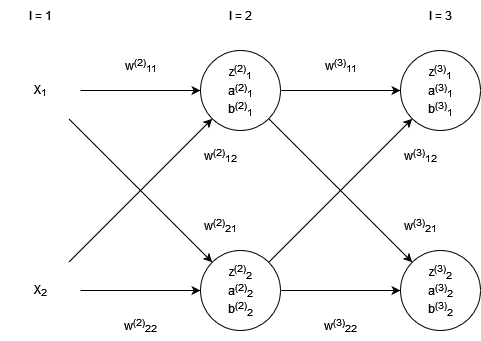
Before: docs/net.png, a diagram exported from draw.io (Yachim/no-code-ml). Source tidied: cells renumbered, new cells last; positions are measured from the earlier drawing's top-left corner, leaving out a move shared by most shapes. The source it was exported from:
```xml
<mxGraphModel background="#ffffff">
  <root>
    <mxCell id="0" />
    <mxCell id="1" parent="0" />
    <mxCell id="2" style="edgeStyle=none;rounded=0;jettySize=auto;html=1;" parent="1" edge="1" source="4" target="13">
      <mxGeometry relative="1" as="geometry" />
    </mxCell>
    <mxCell id="3" style="edgeStyle=none;rounded=0;jettySize=auto;html=1;entryX=0;entryY=0.5;entryDx=0;entryDy=0;" parent="1" edge="1" source="4" target="10">
      <mxGeometry relative="1" as="geometry" />
    </mxCell>
    <mxCell id="4" value="X&lt;sub&gt;1&lt;/sub&gt;" style="ellipse;whiteSpace=wrap;html=1;fillColor=none;strokeColor=none;" parent="1" vertex="1">
      <mxGeometry y="50" width="80" height="80" as="geometry" />
    </mxCell>
    <mxCell id="5" style="edgeStyle=none;rounded=0;jettySize=auto;html=1;entryX=0;entryY=0.5;entryDx=0;entryDy=0;" parent="1" edge="1" source="7" target="13">
      <mxGeometry relative="1" as="geometry" />
    </mxCell>
    <mxCell id="6" style="edgeStyle=none;rounded=0;jettySize=auto;html=1;exitX=1;exitY=0;exitDx=0;exitDy=0;" parent="1" edge="1" source="7" target="10">
      <mxGeometry relative="1" as="geometry" />
    </mxCell>
    <mxCell id="7" value="X&lt;sub&gt;2&lt;/sub&gt;" style="ellipse;whiteSpace=wrap;html=1;strokeColor=none;fillColor=none;" parent="1" vertex="1">
      <mxGeometry y="250" width="80" height="80" as="geometry" />
    </mxCell>
    <mxCell id="8" style="edgeStyle=none;rounded=0;jettySize=auto;html=1;" parent="1" edge="1" source="10" target="15">
      <mxGeometry relative="1" as="geometry" />
    </mxCell>
    <mxCell id="9" style="edgeStyle=none;rounded=0;jettySize=auto;html=1;exitX=1;exitY=0.5;exitDx=0;exitDy=0;entryX=0;entryY=0.5;entryDx=0;entryDy=0;" parent="1" edge="1" source="10" target="14">
      <mxGeometry relative="1" as="geometry" />
    </mxCell>
    <mxCell id="10" value="&lt;div&gt;z&lt;sup&gt;(2)&lt;/sup&gt;&lt;sub&gt;1&lt;/sub&gt;&lt;/div&gt;&lt;div&gt;&lt;div&gt;a&lt;sup&gt;(2)&lt;/sup&gt;&lt;sub&gt;1&lt;/sub&gt;&lt;/div&gt;&lt;div&gt;&lt;div&gt;b&lt;sup&gt;(2)&lt;/sup&gt;&lt;sub&gt;1&lt;/sub&gt;&lt;/div&gt;&lt;/div&gt;&lt;/div&gt;" style="ellipse;whiteSpace=wrap;html=1;" parent="1" vertex="1">
      <mxGeometry x="200" y="50" width="80" height="80" as="geometry" />
    </mxCell>
    <mxCell id="11" style="edgeStyle=none;rounded=0;jettySize=auto;html=1;entryX=0;entryY=0.5;entryDx=0;entryDy=0;" parent="1" edge="1" source="13" target="15">
      <mxGeometry relative="1" as="geometry" />
    </mxCell>
    <mxCell id="12" style="edgeStyle=none;rounded=0;jettySize=auto;html=1;exitX=1;exitY=0;exitDx=0;exitDy=0;" parent="1" edge="1" source="13" target="14">
      <mxGeometry relative="1" as="geometry" />
    </mxCell>
    <mxCell id="13" value="&lt;div&gt;z&lt;sup&gt;(2)&lt;/sup&gt;&lt;sub&gt;2&lt;/sub&gt;&lt;/div&gt;&lt;div&gt;&lt;div&gt;a&lt;sup&gt;(2)&lt;/sup&gt;&lt;sub&gt;2&lt;/sub&gt;&lt;/div&gt;&lt;div&gt;&lt;div&gt;b&lt;sup&gt;(2)&lt;/sup&gt;&lt;sub&gt;2&lt;/sub&gt;&lt;/div&gt;&lt;/div&gt;&lt;/div&gt;" style="ellipse;whiteSpace=wrap;html=1;" parent="1" vertex="1">
      <mxGeometry x="200" y="250" width="80" height="80" as="geometry" />
    </mxCell>
    <mxCell id="14" value="&lt;div&gt;z&lt;sup&gt;(3)&lt;/sup&gt;&lt;sub&gt;1&lt;/sub&gt;&lt;/div&gt;&lt;div&gt;&lt;div&gt;a&lt;sup&gt;(3)&lt;/sup&gt;&lt;sub&gt;1&lt;/sub&gt;&lt;/div&gt;&lt;div&gt;&lt;div&gt;b&lt;sup&gt;(3)&lt;/sup&gt;&lt;sub&gt;1&lt;/sub&gt;&lt;/div&gt;&lt;/div&gt;&lt;/div&gt;" style="ellipse;whiteSpace=wrap;html=1;" parent="1" vertex="1">
      <mxGeometry x="400" y="50" width="80" height="80" as="geometry" />
    </mxCell>
    <mxCell id="15" value="&lt;div&gt;z&lt;sup&gt;(3)&lt;/sup&gt;&lt;sub&gt;2&lt;/sub&gt;&lt;/div&gt;&lt;div&gt;&lt;div&gt;a&lt;sup&gt;(3)&lt;/sup&gt;&lt;sub&gt;2&lt;/sub&gt;&lt;/div&gt;&lt;div&gt;&lt;div&gt;b&lt;sup&gt;(3)&lt;/sup&gt;&lt;sub&gt;2&lt;/sub&gt;&lt;/div&gt;&lt;/div&gt;&lt;/div&gt;" style="ellipse;whiteSpace=wrap;html=1;" parent="1" vertex="1">
      <mxGeometry x="400" y="250" width="80" height="80" as="geometry" />
    </mxCell>
    <mxCell id="16" value="&lt;div&gt;l = 1&lt;/div&gt;" style="text;html=1;align=center;verticalAlign=middle;strokeColor=none;fillColor=none;" parent="1" vertex="1">
      <mxGeometry x="15" width="50" height="30" as="geometry" />
    </mxCell>
    <mxCell id="17" value="&lt;div&gt;l = 2&lt;br&gt;&lt;/div&gt;" style="text;html=1;align=center;verticalAlign=middle;strokeColor=none;fillColor=none;" parent="1" vertex="1">
      <mxGeometry x="215" width="50" height="30" as="geometry" />
    </mxCell>
    <mxCell id="18" value="&lt;div&gt;l = 3&lt;br&gt;&lt;/div&gt;" style="text;html=1;align=center;verticalAlign=middle;strokeColor=none;fillColor=none;" parent="1" vertex="1">
      <mxGeometry x="415" width="50" height="30" as="geometry" />
    </mxCell>
    <mxCell id="19" value="w&lt;sup&gt;(3)&lt;/sup&gt;&lt;sub&gt;11&lt;/sub&gt;" style="text;html=1;align=center;verticalAlign=middle;strokeColor=none;fillColor=none;" parent="1" vertex="1">
      <mxGeometry x="310" y="50" width="60" height="30" as="geometry" />
    </mxCell>
    <mxCell id="20" value="&lt;div&gt;w&lt;sup&gt;(3)&lt;/sup&gt;&lt;sub&gt;21&lt;/sub&gt;&lt;/div&gt;" style="text;html=1;align=center;verticalAlign=middle;strokeColor=none;fillColor=none;" parent="1" vertex="1">
      <mxGeometry x="390" y="210" width="60" height="30" as="geometry" />
    </mxCell>
    <mxCell id="21" value="&lt;div&gt;w&lt;sup&gt;(3)&lt;/sup&gt;&lt;sub&gt;12&lt;/sub&gt;&lt;/div&gt;" style="text;html=1;align=center;verticalAlign=middle;strokeColor=none;fillColor=none;" parent="1" vertex="1">
      <mxGeometry x="390" y="140" width="60" height="30" as="geometry" />
    </mxCell>
    <mxCell id="22" value="&lt;div&gt;w&lt;sup&gt;(3)&lt;/sup&gt;&lt;sub&gt;22&lt;/sub&gt;&lt;/div&gt;" style="text;html=1;align=center;verticalAlign=middle;strokeColor=none;fillColor=none;" parent="1" vertex="1">
      <mxGeometry x="310" y="310" width="60" height="30" as="geometry" />
    </mxCell>
    <mxCell id="23" value="w&lt;sup&gt;(2)&lt;/sup&gt;&lt;sub&gt;11&lt;/sub&gt;" style="text;html=1;align=center;verticalAlign=middle;strokeColor=none;fillColor=none;" parent="1" vertex="1">
      <mxGeometry x="110" y="50" width="60" height="30" as="geometry" />
    </mxCell>
    <mxCell id="24" value="&lt;div&gt;w&lt;sup&gt;(2)&lt;/sup&gt;&lt;sub&gt;21&lt;/sub&gt;&lt;/div&gt;" style="text;html=1;align=center;verticalAlign=middle;strokeColor=none;fillColor=none;" parent="1" vertex="1">
      <mxGeometry x="190" y="210" width="60" height="30" as="geometry" />
    </mxCell>
    <mxCell id="25" value="&lt;div&gt;w&lt;sup&gt;(2)&lt;/sup&gt;&lt;sub&gt;12&lt;/sub&gt;&lt;/div&gt;" style="text;html=1;align=center;verticalAlign=middle;strokeColor=none;fillColor=none;" parent="1" vertex="1">
      <mxGeometry x="190" y="140" width="60" height="30" as="geometry" />
    </mxCell>
    <mxCell id="26" value="&lt;div&gt;w&lt;sup&gt;(2)&lt;/sup&gt;&lt;sub&gt;22&lt;/sub&gt;&lt;/div&gt;" style="text;html=1;align=center;verticalAlign=middle;strokeColor=none;fillColor=none;" parent="1" vertex="1">
      <mxGeometry x="110" y="310" width="60" height="30" as="geometry" />
    </mxCell>
  </root>
</mxGraphModel>
```
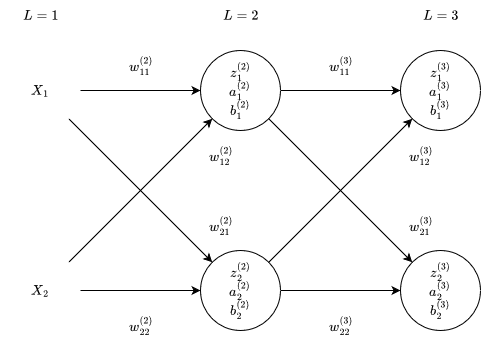
The same file after the commit.

Change to the diagram source:
```diff
@@ -1,4 +1,4 @@
-<mxGraphModel background="#ffffff">
+<mxGraphModel background="#ffffff" math="1">
   <root>
     <mxCell id="0" />
     <mxCell id="1" parent="0" />
@@ -8,7 +8,7 @@
     <mxCell id="3" style="edgeStyle=none;rounded=0;jettySize=auto;html=1;entryX=0;entryY=0.5;entryDx=0;entryDy=0;" parent="1" edge="1" source="4" target="10">
       <mxGeometry relative="1" as="geometry" />
     </mxCell>
-    <mxCell id="4" value="X&lt;sub&gt;1&lt;/sub&gt;" style="ellipse;whiteSpace=wrap;html=1;fillColor=none;strokeColor=none;" parent="1" vertex="1">
+    <mxCell id="4" value="$$X_1$$" style="ellipse;whiteSpace=wrap;html=1;fillColor=none;strokeColor=none;" parent="1" vertex="1">
       <mxGeometry y="50" width="80" height="80" as="geometry" />
     </mxCell>
     <mxCell id="5" style="edgeStyle=none;rounded=0;jettySize=auto;html=1;entryX=0;entryY=0.5;entryDx=0;entryDy=0;" parent="1" edge="1" source="7" target="13">
@@ -17,7 +17,7 @@
     <mxCell id="6" style="edgeStyle=none;rounded=0;jettySize=auto;html=1;exitX=1;exitY=0;exitDx=0;exitDy=0;" parent="1" edge="1" source="7" target="10">
       <mxGeometry relative="1" as="geometry" />
     </mxCell>
-    <mxCell id="7" value="X&lt;sub&gt;2&lt;/sub&gt;" style="ellipse;whiteSpace=wrap;html=1;strokeColor=none;fillColor=none;" parent="1" vertex="1">
+    <mxCell id="7" value="$$X_2$$" style="ellipse;whiteSpace=wrap;html=1;strokeColor=none;fillColor=none;" parent="1" vertex="1">
       <mxGeometry y="250" width="80" height="80" as="geometry" />
     </mxCell>
     <mxCell id="8" style="edgeStyle=none;rounded=0;jettySize=auto;html=1;" parent="1" edge="1" source="10" target="15">
@@ -26,7 +26,7 @@
     <mxCell id="9" style="edgeStyle=none;rounded=0;jettySize=auto;html=1;exitX=1;exitY=0.5;exitDx=0;exitDy=0;entryX=0;entryY=0.5;entryDx=0;entryDy=0;" parent="1" edge="1" source="10" target="14">
       <mxGeometry relative="1" as="geometry" />
     </mxCell>
-    <mxCell id="10" value="&lt;div&gt;z&lt;sup&gt;(2)&lt;/sup&gt;&lt;sub&gt;1&lt;/sub&gt;&lt;/div&gt;&lt;div&gt;&lt;div&gt;a&lt;sup&gt;(2)&lt;/sup&gt;&lt;sub&gt;1&lt;/sub&gt;&lt;/div&gt;&lt;div&gt;&lt;div&gt;b&lt;sup&gt;(2)&lt;/sup&gt;&lt;sub&gt;1&lt;/sub&gt;&lt;/div&gt;&lt;/div&gt;&lt;/div&gt;" style="ellipse;whiteSpace=wrap;html=1;" parent="1" vertex="1">
+    <mxCell id="10" value="\(z^{(2)}_1\)&lt;div&gt;&lt;div&gt;\(a^{(2)}_1\)&lt;/div&gt;&lt;div&gt;&lt;div&gt;\(b^{(2)}_1\)&lt;/div&gt;&lt;/div&gt;&lt;/div&gt;" style="ellipse;whiteSpace=wrap;html=1;" parent="1" vertex="1">
       <mxGeometry x="200" y="50" width="80" height="80" as="geometry" />
     </mxCell>
     <mxCell id="11" style="edgeStyle=none;rounded=0;jettySize=auto;html=1;entryX=0;entryY=0.5;entryDx=0;entryDy=0;" parent="1" edge="1" source="13" target="15">
@@ -35,47 +35,47 @@
     <mxCell id="12" style="edgeStyle=none;rounded=0;jettySize=auto;html=1;exitX=1;exitY=0;exitDx=0;exitDy=0;" parent="1" edge="1" source="13" target="14">
       <mxGeometry relative="1" as="geometry" />
     </mxCell>
-    <mxCell id="13" value="&lt;div&gt;z&lt;sup&gt;(2)&lt;/sup&gt;&lt;sub&gt;2&lt;/sub&gt;&lt;/div&gt;&lt;div&gt;&lt;div&gt;a&lt;sup&gt;(2)&lt;/sup&gt;&lt;sub&gt;2&lt;/sub&gt;&lt;/div&gt;&lt;div&gt;&lt;div&gt;b&lt;sup&gt;(2)&lt;/sup&gt;&lt;sub&gt;2&lt;/sub&gt;&lt;/div&gt;&lt;/div&gt;&lt;/div&gt;" style="ellipse;whiteSpace=wrap;html=1;" parent="1" vertex="1">
+    <mxCell id="13" value="\(z^{(2)}_2\)&lt;div&gt;&lt;div&gt;\(a^{(2)}_2\)&lt;/div&gt;&lt;div&gt;&lt;div&gt;\(b^{(2)}_2\)&lt;/div&gt;&lt;/div&gt;&lt;/div&gt;" style="ellipse;whiteSpace=wrap;html=1;" parent="1" vertex="1">
       <mxGeometry x="200" y="250" width="80" height="80" as="geometry" />
     </mxCell>
-    <mxCell id="14" value="&lt;div&gt;z&lt;sup&gt;(3)&lt;/sup&gt;&lt;sub&gt;1&lt;/sub&gt;&lt;/div&gt;&lt;div&gt;&lt;div&gt;a&lt;sup&gt;(3)&lt;/sup&gt;&lt;sub&gt;1&lt;/sub&gt;&lt;/div&gt;&lt;div&gt;&lt;div&gt;b&lt;sup&gt;(3)&lt;/sup&gt;&lt;sub&gt;1&lt;/sub&gt;&lt;/div&gt;&lt;/div&gt;&lt;/div&gt;" style="ellipse;whiteSpace=wrap;html=1;" parent="1" vertex="1">
+    <mxCell id="14" value="\(z^{(3)}_1\)&lt;div&gt;&lt;div&gt;\(a^{(3)}_1\)&lt;/div&gt;&lt;div&gt;&lt;div&gt;\(b^{(3)}_1\)&lt;/div&gt;&lt;/div&gt;&lt;/div&gt;" style="ellipse;whiteSpace=wrap;html=1;" parent="1" vertex="1">
       <mxGeometry x="400" y="50" width="80" height="80" as="geometry" />
     </mxCell>
-    <mxCell id="15" value="&lt;div&gt;z&lt;sup&gt;(3)&lt;/sup&gt;&lt;sub&gt;2&lt;/sub&gt;&lt;/div&gt;&lt;div&gt;&lt;div&gt;a&lt;sup&gt;(3)&lt;/sup&gt;&lt;sub&gt;2&lt;/sub&gt;&lt;/div&gt;&lt;div&gt;&lt;div&gt;b&lt;sup&gt;(3)&lt;/sup&gt;&lt;sub&gt;2&lt;/sub&gt;&lt;/div&gt;&lt;/div&gt;&lt;/div&gt;" style="ellipse;whiteSpace=wrap;html=1;" parent="1" vertex="1">
+    <mxCell id="15" value="\(z^{(3)}_2\)&lt;div&gt;&lt;div&gt;\(a^{(3)}_2\)&lt;/div&gt;&lt;div&gt;&lt;div&gt;\(b^{(3)}_2\)&lt;/div&gt;&lt;/div&gt;&lt;/div&gt;" style="ellipse;whiteSpace=wrap;html=1;" parent="1" vertex="1">
       <mxGeometry x="400" y="250" width="80" height="80" as="geometry" />
     </mxCell>
-    <mxCell id="16" value="&lt;div&gt;l = 1&lt;/div&gt;" style="text;html=1;align=center;verticalAlign=middle;strokeColor=none;fillColor=none;" parent="1" vertex="1">
-      <mxGeometry x="15" width="50" height="30" as="geometry" />
+    <mxCell id="16" value="\(L = 1\)" style="text;html=1;align=center;verticalAlign=middle;strokeColor=none;fillColor=none;" parent="1" vertex="1">
+      <mxGeometry x="10" width="60" height="30" as="geometry" />
     </mxCell>
-    <mxCell id="17" value="&lt;div&gt;l = 2&lt;br&gt;&lt;/div&gt;" style="text;html=1;align=center;verticalAlign=middle;strokeColor=none;fillColor=none;" parent="1" vertex="1">
-      <mxGeometry x="215" width="50" height="30" as="geometry" />
+    <mxCell id="17" value="\(L = 2\)" style="text;html=1;align=center;verticalAlign=middle;strokeColor=none;fillColor=none;" parent="1" vertex="1">
+      <mxGeometry x="210" width="60" height="30" as="geometry" />
     </mxCell>
-    <mxCell id="18" value="&lt;div&gt;l = 3&lt;br&gt;&lt;/div&gt;" style="text;html=1;align=center;verticalAlign=middle;strokeColor=none;fillColor=none;" parent="1" vertex="1">
-      <mxGeometry x="415" width="50" height="30" as="geometry" />
+    <mxCell id="18" value="\(L = 3\)" style="text;html=1;align=center;verticalAlign=middle;strokeColor=none;fillColor=none;" parent="1" vertex="1">
+      <mxGeometry x="410" width="60" height="30" as="geometry" />
     </mxCell>
-    <mxCell id="19" value="w&lt;sup&gt;(3)&lt;/sup&gt;&lt;sub&gt;11&lt;/sub&gt;" style="text;html=1;align=center;verticalAlign=middle;strokeColor=none;fillColor=none;" parent="1" vertex="1">
-      <mxGeometry x="310" y="50" width="60" height="30" as="geometry" />
+    <mxCell id="19" value="$$w^{(3)}_{11}$$" style="text;html=1;align=center;verticalAlign=middle;strokeColor=none;fillColor=none;" parent="1" vertex="1">
+      <mxGeometry x="280" y="50" width="120" height="30" as="geometry" />
     </mxCell>
-    <mxCell id="20" value="&lt;div&gt;w&lt;sup&gt;(3)&lt;/sup&gt;&lt;sub&gt;21&lt;/sub&gt;&lt;/div&gt;" style="text;html=1;align=center;verticalAlign=middle;strokeColor=none;fillColor=none;" parent="1" vertex="1">
-      <mxGeometry x="390" y="210" width="60" height="30" as="geometry" />
+    <mxCell id="20" value="$$w^{(3)}_{21}$$" style="text;html=1;align=center;verticalAlign=middle;strokeColor=none;fillColor=none;" parent="1" vertex="1">
+      <mxGeometry x="360" y="210" width="120" height="30" as="geometry" />
     </mxCell>
-    <mxCell id="21" value="&lt;div&gt;w&lt;sup&gt;(3)&lt;/sup&gt;&lt;sub&gt;12&lt;/sub&gt;&lt;/div&gt;" style="text;html=1;align=center;verticalAlign=middle;strokeColor=none;fillColor=none;" parent="1" vertex="1">
-      <mxGeometry x="390" y="140" width="60" height="30" as="geometry" />
+    <mxCell id="21" value="$$w^{(3)}_{12}$$" style="text;html=1;align=center;verticalAlign=middle;strokeColor=none;fillColor=none;" parent="1" vertex="1">
+      <mxGeometry x="360" y="140" width="120" height="30" as="geometry" />
     </mxCell>
-    <mxCell id="22" value="&lt;div&gt;w&lt;sup&gt;(3)&lt;/sup&gt;&lt;sub&gt;22&lt;/sub&gt;&lt;/div&gt;" style="text;html=1;align=center;verticalAlign=middle;strokeColor=none;fillColor=none;" parent="1" vertex="1">
-      <mxGeometry x="310" y="310" width="60" height="30" as="geometry" />
+    <mxCell id="22" value="$$w^{(3)}_{22}$$" style="text;html=1;align=center;verticalAlign=middle;strokeColor=none;fillColor=none;" parent="1" vertex="1">
+      <mxGeometry x="280" y="310" width="120" height="30" as="geometry" />
     </mxCell>
-    <mxCell id="23" value="w&lt;sup&gt;(2)&lt;/sup&gt;&lt;sub&gt;11&lt;/sub&gt;" style="text;html=1;align=center;verticalAlign=middle;strokeColor=none;fillColor=none;" parent="1" vertex="1">
-      <mxGeometry x="110" y="50" width="60" height="30" as="geometry" />
+    <mxCell id="23" value="$$w^{(2)}_{11}$$" style="text;html=1;align=center;verticalAlign=middle;strokeColor=none;fillColor=none;rotation=0;" parent="1" vertex="1">
+      <mxGeometry x="80" y="50" width="120" height="30" as="geometry" />
     </mxCell>
-    <mxCell id="24" value="&lt;div&gt;w&lt;sup&gt;(2)&lt;/sup&gt;&lt;sub&gt;21&lt;/sub&gt;&lt;/div&gt;" style="text;html=1;align=center;verticalAlign=middle;strokeColor=none;fillColor=none;" parent="1" vertex="1">
-      <mxGeometry x="190" y="210" width="60" height="30" as="geometry" />
+    <mxCell id="24" value="$$w^{(2)}_{21}$$" style="text;html=1;align=center;verticalAlign=middle;strokeColor=none;fillColor=none;" parent="1" vertex="1">
+      <mxGeometry x="160" y="210" width="120" height="30" as="geometry" />
     </mxCell>
-    <mxCell id="25" value="&lt;div&gt;w&lt;sup&gt;(2)&lt;/sup&gt;&lt;sub&gt;12&lt;/sub&gt;&lt;/div&gt;" style="text;html=1;align=center;verticalAlign=middle;strokeColor=none;fillColor=none;" parent="1" vertex="1">
-      <mxGeometry x="190" y="140" width="60" height="30" as="geometry" />
+    <mxCell id="25" value="$$w^{(2)}_{12}$$" style="text;html=1;align=center;verticalAlign=middle;strokeColor=none;fillColor=none;" parent="1" vertex="1">
+      <mxGeometry x="160" y="140" width="120" height="30" as="geometry" />
     </mxCell>
-    <mxCell id="26" value="&lt;div&gt;w&lt;sup&gt;(2)&lt;/sup&gt;&lt;sub&gt;22&lt;/sub&gt;&lt;/div&gt;" style="text;html=1;align=center;verticalAlign=middle;strokeColor=none;fillColor=none;" parent="1" vertex="1">
-      <mxGeometry x="110" y="310" width="60" height="30" as="geometry" />
+    <mxCell id="26" value="$$w^{(2)}_{22}$$" style="text;html=1;align=center;verticalAlign=middle;strokeColor=none;fillColor=none;" parent="1" vertex="1">
+      <mxGeometry x="80" y="310" width="120" height="30" as="geometry" />
     </mxCell>
   </root>
 </mxGraphModel>
```
